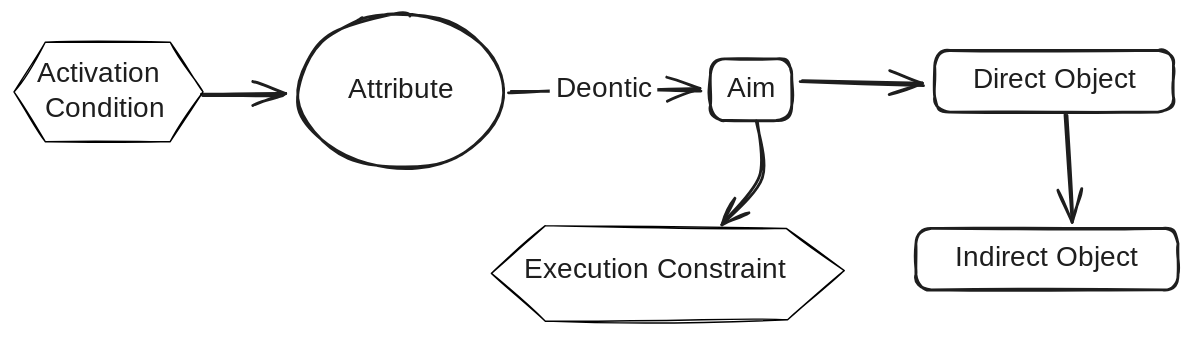
Before: src/components/legend/statement.svg, a diagram exported from Excalidraw (ESI-FAR/INA-tool). Source tidied: one line per element, renumbered; positions are measured from the earlier drawing's top-left corner, leaving out a move shared by most shapes.
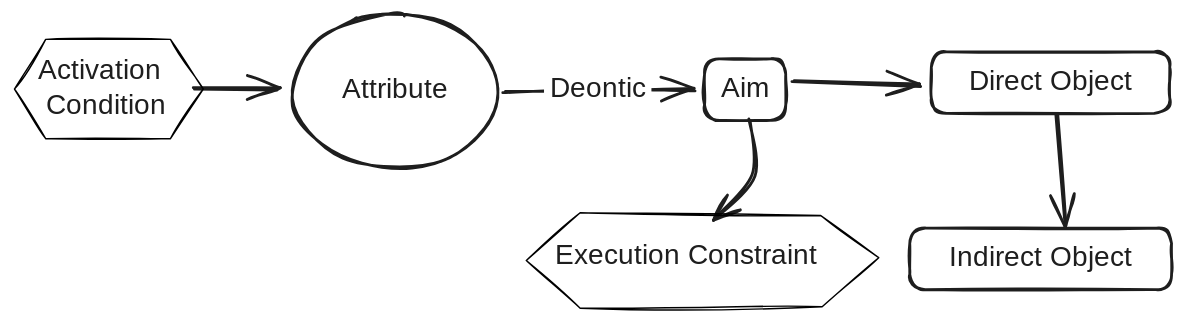
Later version of the same file.

Commit message:
In excalidraw connect and group hexagon nodes

What changed in the source:
```diff
@@ -2,17 +2,17 @@
 {"id": 1, "type": "text", "text": "Attribute", "strokeColor": "#1e1e1e", "strokeWidth": 2, "roughness": 1, "fontSize": 20, "fontFamily": 5, "textAlign": "center", "verticalAlign": "middle", "inside": 0, "x": 228, "y": 43, "width": 95, "height": 25}
 {"id": 2, "type": "rectangle", "strokeColor": "#1e1e1e", "strokeWidth": 2, "roughness": 1, "round": true, "x": 497, "y": 32, "width": 58, "height": 44}
 {"id": 3, "type": "text", "text": "Aim", "strokeColor": "#1e1e1e", "strokeWidth": 2, "roughness": 1, "fontSize": 20, "fontFamily": 5, "textAlign": "center", "verticalAlign": "middle", "inside": 2, "x": 510, "y": 42, "width": 33, "height": 25}
-{"id": 4, "type": "rectangle", "strokeColor": "#1e1e1e", "strokeWidth": 2, "roughness": 1, "round": true, "x": 658, "y": 26, "width": 170, "height": 44}
+{"id": 4, "type": "rectangle", "strokeColor": "#1e1e1e", "strokeWidth": 2, "roughness": 1, "round": true, "x": 660, "y": 27, "width": 170, "height": 44}
-{"id": 5, "type": "text", "text": "Direct Object", "strokeColor": "#1e1e1e", "strokeWidth": 2, "roughness": 1, "fontSize": 20, "fontFamily": 5, "textAlign": "center", "verticalAlign": "middle", "inside": 4, "x": 676, "y": 36, "width": 134, "height": 25}
+{"id": 5, "type": "text", "text": "Direct Object", "strokeColor": "#1e1e1e", "strokeWidth": 2, "roughness": 1, "fontSize": 20, "fontFamily": 5, "textAlign": "center", "verticalAlign": "middle", "inside": 4, "x": 678, "y": 37, "width": 134, "height": 25}
 {"id": 6, "type": "rectangle", "strokeColor": "#1e1e1e", "strokeWidth": 2, "roughness": 1, "round": true, "x": 644, "y": 153, "width": 187, "height": 44}
 {"id": 7, "type": "text", "text": "Indirect Object", "strokeColor": "#1e1e1e", "strokeWidth": 2, "roughness": 1, "fontSize": 20, "fontFamily": 5, "textAlign": "center", "verticalAlign": "middle", "inside": 6, "x": 662, "y": 163, "width": 152, "height": 25}
 {"id": 8, "type": "arrow", "strokeColor": "#1e1e1e", "strokeWidth": 2, "roughness": 1, "endArrowhead": "arrow", "round": true, "from": 0, "to": 2, "x": 354, "y": 56, "width": 137, "height": 2, "points": [[0, 0], [67, -2], [137, -2]]}
 {"id": 9, "type": "text", "text": "Deontic", "strokeColor": "#1e1e1e", "strokeWidth": 2, "roughness": 1, "fontSize": 20, "fontFamily": 5, "textAlign": "center", "verticalAlign": "middle", "inside": 8, "x": 391, "y": 42, "width": 77, "height": 25}
-{"id": 10, "type": "arrow", "strokeColor": "#1e1e1e", "strokeWidth": 2, "roughness": 1, "endArrowhead": "arrow", "round": true, "from": 4, "to": 6, "x": 752, "y": 71, "width": 3, "height": 76, "points": [[0, 0], [3, 76]]}
+{"id": 10, "type": "arrow", "strokeColor": "#1e1e1e", "strokeWidth": 2, "roughness": 1, "endArrowhead": "arrow", "round": true, "from": 4, "to": 6, "x": 750, "y": 71, "width": 5, "height": 80, "points": [[0, 0], [5, 80]]}
-{"id": 11, "type": "arrow", "strokeColor": "#1e1e1e", "strokeWidth": 2, "roughness": 1, "endArrowhead": "arrow", "round": true, "from": 2, "x": 530, "y": 78, "width": 28, "height": 71, "points": [[0, 0], [3, 39], [-24, 71]]}
+{"id": 11, "type": "arrow", "strokeColor": "#1e1e1e", "strokeWidth": 2, "roughness": 1, "endArrowhead": "arrow", "round": true, "from": 2, "to": 17, "x": 529, "y": 77, "width": 28, "height": 69, "points": [[0, 0], [3, 39], [-25, 69]]}
-{"id": 12, "type": "arrow", "strokeColor": "#1e1e1e", "strokeWidth": 2, "roughness": 1, "endArrowhead": "arrow", "round": true, "from": 2, "to": 4, "x": 562, "y": 48, "width": 87, "height": 3, "points": [[0, 0], [87, 3]]}
+{"id": 12, "type": "arrow", "strokeColor": "#1e1e1e", "strokeWidth": 2, "roughness": 1, "endArrowhead": "arrow", "round": true, "from": 2, "to": 4, "x": 561, "y": 48, "width": 91, "height": 4, "points": [[0, 0], [91, 4]]}
-{"id": 13, "type": "arrow", "strokeColor": "#1e1e1e", "strokeWidth": 2, "roughness": 1, "endArrowhead": "arrow", "round": true, "to": 0, "x": 134, "y": 58, "width": 59, "height": 1, "points": [[0, 0], [59, -1]]}
+{"id": 13, "type": "arrow", "strokeColor": "#1e1e1e", "strokeWidth": 2, "roughness": 1, "endArrowhead": "arrow", "round": true, "from": 16, "to": 0, "x": 132, "y": 54, "width": 61, "height": 0, "points": [[0, 0], [61, 0]]}
-{"id": 14, "type": "line", "strokeColor": "#000000", "strokeWidth": 1, "roughness": 1, "x": 0, "y": 56, "width": 135, "height": 71, "points": [[0, 0], [22, -35], [112, -35], [135, 0], [112, 35], [22, 35], [0, 0]]}
+{"id": 14, "type": "line", "strokeColor": "#000000", "strokeWidth": 1, "roughness": 1, "x": 4, "y": 54, "width": 135, "height": 71, "points": [[0, 0], [22, -35], [112, -35], [135, 0], [112, 35], [22, 35], [0, 0]]}
+{"id": 16, "type": "text", "text": "Activation\n Condition", "strokeColor": "#1e1e1e", "strokeWidth": 2, "roughness": 1, "fontSize": 20, "fontFamily": 1, "x": 20, "y": 29, "width": 99, "height": 50}
-{"id": 15, "type": "line", "strokeColor": "#000000", "strokeWidth": 1, "roughness": 1, "x": 341, "y": 185, "width": 252, "height": 68, "points": [[0, 0], [39, -34], [211, -32], [252, -2], [212, 33], [39, 34], [0, 0]]}
+{"id": 15, "type": "line", "strokeColor": "#000000", "strokeWidth": 1, "roughness": 1, "x": 370, "y": 176, "width": 252, "height": 68, "points": [[0, 0], [39, -34], [211, -32], [252, -2], [212, 33], [39, 34], [0, 0]]}
-{"id": 16, "type": "text", "text": "Activation\n Condition", "strokeColor": "#1e1e1e", "strokeWidth": 2, "roughness": 1, "fontSize": 20, "fontFamily": 1, "x": 16, "y": 31, "width": 99, "height": 50}
-{"id": 17, "type": "text", "text": "Execution Constraint", "strokeColor": "#1e1e1e", "strokeWidth": 2, "roughness": 1, "fontSize": 20, "fontFamily": 1, "x": 364, "y": 171, "width": 206, "height": 25}
+{"id": 17, "type": "text", "text": "Execution Constraint", "strokeColor": "#1e1e1e", "strokeWidth": 2, "roughness": 1, "fontSize": 20, "fontFamily": 1, "x": 390, "y": 161, "width": 206, "height": 25}
```
